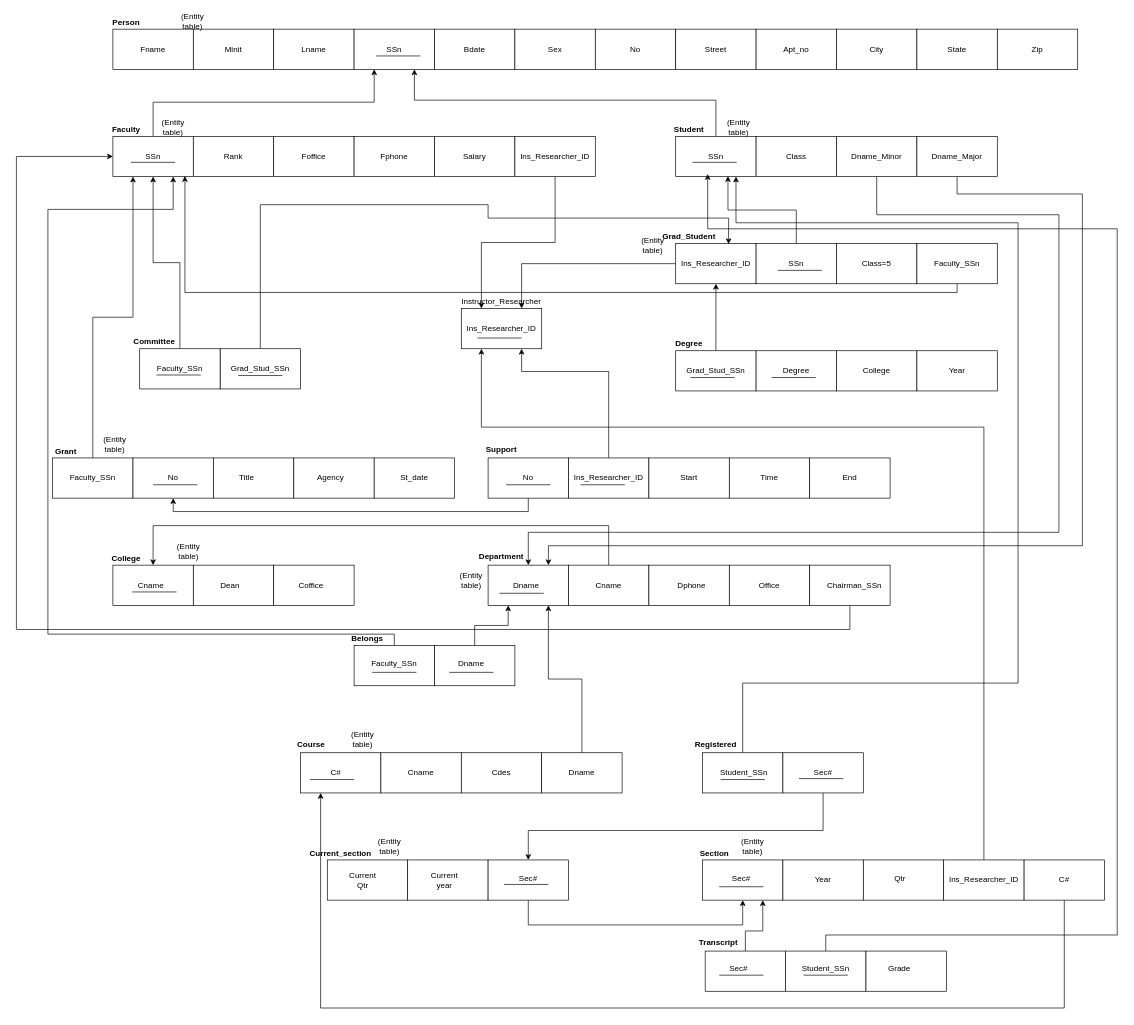
This is Lab 3 University Database RS Part 2.drawio from MuhammadIrfan92/Database-Engineering-Semester-7, a draw.io file, before an edit. Source tidied: cells renumbered, new cells numbered last; positions are measured from the earlier drawing's top-left corner, leaving out a move shared by most shapes. Both pictures are drawn from the tidied source at 67%, with x=0, y=0 at pixel (16, 14).
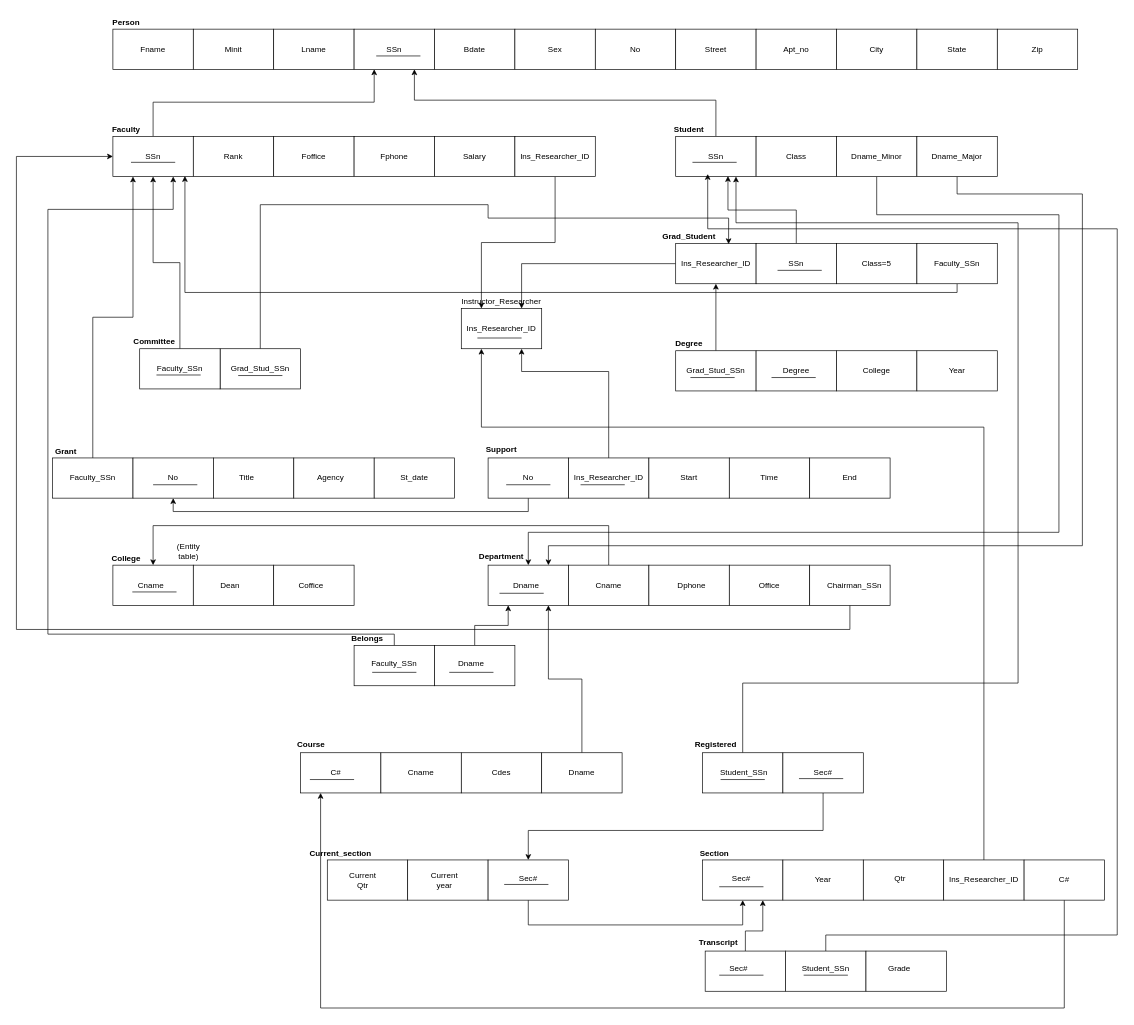
After the change.

What changed in the source:
```diff
@@
-    <mxCell id="192" value="(Entity table)" style="text;html=1;strokeColor=none;fillColor=none;align=center;verticalAlign=middle;whiteSpace=wrap;rounded=0;" parent="1" vertex="1">
-      <mxGeometry x="243" width="40" height="20" as="geometry" />
-    </mxCell>
-    <mxCell id="193" value="(Entity table)" style="text;html=1;strokeColor=none;fillColor=none;align=center;verticalAlign=middle;whiteSpace=wrap;rounded=0;" parent="1" vertex="1">
-      <mxGeometry x="214" y="158" width="40" height="20" as="geometry" />
-    </mxCell>
-    <mxCell id="194" value="(Entity table)" style="text;html=1;strokeColor=none;fillColor=none;align=center;verticalAlign=middle;whiteSpace=wrap;rounded=0;" parent="1" vertex="1">
-      <mxGeometry x="1058" y="158" width="40" height="20" as="geometry" />
-    </mxCell>
-    <mxCell id="195" value="(Entity table)" style="text;html=1;strokeColor=none;fillColor=none;align=center;verticalAlign=middle;whiteSpace=wrap;rounded=0;" parent="1" vertex="1">
-      <mxGeometry x="930" y="335" width="40" height="20" as="geometry" />
-    </mxCell>
-    <mxCell id="196" value="(Entity table)" style="text;html=1;strokeColor=none;fillColor=none;align=center;verticalAlign=middle;whiteSpace=wrap;rounded=0;" parent="1" vertex="1">
-      <mxGeometry x="127" y="631" width="40" height="20" as="geometry" />
-    </mxCell>
@@
-    <mxCell id="198" value="(Entity table)" style="text;html=1;strokeColor=none;fillColor=none;align=center;verticalAlign=middle;whiteSpace=wrap;rounded=0;" parent="1" vertex="1">
-      <mxGeometry x="659" y="834" width="40" height="20" as="geometry" />
-    </mxCell>
-    <mxCell id="199" value="(Entity table)" style="text;html=1;strokeColor=none;fillColor=none;align=center;verticalAlign=middle;whiteSpace=wrap;rounded=0;" parent="1" vertex="1">
-      <mxGeometry x="497" y="1072" width="40" height="20" as="geometry" />
-    </mxCell>
-    <mxCell id="200" value="(Entity table)" style="text;html=1;strokeColor=none;fillColor=none;align=center;verticalAlign=middle;whiteSpace=wrap;rounded=0;" parent="1" vertex="1">
-      <mxGeometry x="1079" y="1232" width="40" height="20" as="geometry" />
-    </mxCell>
-    <mxCell id="201" value="(Entity table)" style="text;html=1;strokeColor=none;fillColor=none;align=center;verticalAlign=middle;whiteSpace=wrap;rounded=0;" parent="1" vertex="1">
-      <mxGeometry x="537" y="1232" width="40" height="20" as="geometry" />
-    </mxCell>
```
